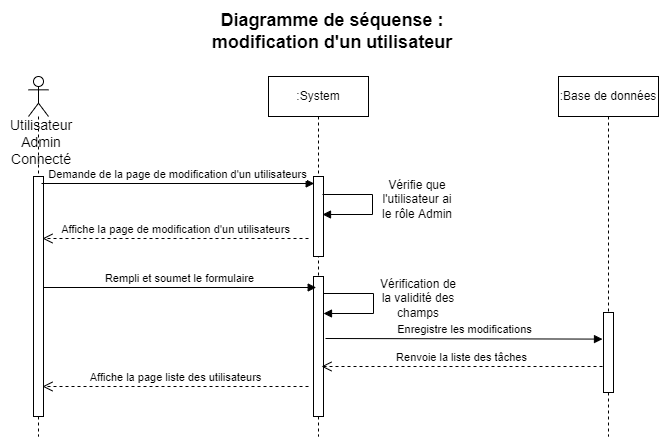
This is diagrammes/ToDo_List_D_S_Modification_Utilisateur.drawio.png from gnut06300/P7_ToDo_Co, a draw.io export, as it was before one commit. Source tidied: cells renumbered, new cells last; positions are measured from the earlier drawing's top-left corner, leaving out a move shared by most shapes. Source of this version:
```xml
<mxGraphModel>
  <root>
    <mxCell id="0" />
    <mxCell id="1" parent="0" />
    <mxCell id="2" value="&lt;b&gt;&lt;font style=&quot;font-size: 18px&quot;&gt;Diagramme de séquense : modification d'un utilisateur&lt;/font&gt;&lt;/b&gt;" style="text;html=1;strokeColor=none;fillColor=none;align=center;verticalAlign=middle;whiteSpace=wrap;rounded=0;" parent="1" vertex="1">
      <mxGeometry x="195" width="252" height="30" as="geometry" />
    </mxCell>
    <mxCell id="3" style="shape=umlLifeline;participant=umlActor;perimeter=lifelinePerimeter;whiteSpace=wrap;html=1;verticalAlign=top;spacingTop=36;" parent="1" vertex="1">
      <mxGeometry x="17" y="60" width="20" height="360" as="geometry" />
    </mxCell>
    <mxCell id="4" style="html=1;perimeter=orthogonalPerimeter;" parent="3" vertex="1">
      <mxGeometry x="5" y="100" width="10" height="240" as="geometry" />
    </mxCell>
    <mxCell id="5" value=":System" style="shape=umlLifeline;perimeter=lifelinePerimeter;whiteSpace=wrap;html=1;" parent="1" vertex="1">
      <mxGeometry x="257" y="60" width="100" height="360" as="geometry" />
    </mxCell>
    <mxCell id="6" style="html=1;perimeter=orthogonalPerimeter;" parent="5" vertex="1">
      <mxGeometry x="45" y="100" width="10" height="80" as="geometry" />
    </mxCell>
    <mxCell id="7" style="html=1;perimeter=orthogonalPerimeter;" parent="5" vertex="1">
      <mxGeometry x="45" y="200" width="10" height="140" as="geometry" />
    </mxCell>
    <mxCell id="8" value=":Base de données" style="shape=umlLifeline;perimeter=lifelinePerimeter;whiteSpace=wrap;html=1;" parent="1" vertex="1">
      <mxGeometry x="547" y="60" width="100" height="360" as="geometry" />
    </mxCell>
    <mxCell id="9" style="html=1;perimeter=orthogonalPerimeter;" parent="8" vertex="1">
      <mxGeometry x="45" y="236" width="10" height="80" as="geometry" />
    </mxCell>
    <mxCell id="10" value="Utilisateur&lt;br&gt;Admin&lt;br&gt;Connecté" style="text;html=1;strokeColor=none;fillColor=none;align=center;verticalAlign=middle;whiteSpace=wrap;rounded=0;fontSize=14;" parent="1" vertex="1">
      <mxGeometry y="111" width="60" height="30" as="geometry" />
    </mxCell>
    <mxCell id="11" value="Demande de la page de modification d'un utilisateurs" style="html=1;verticalAlign=bottom;endArrow=block;rounded=0;exitX=1.18;exitY=0.133;exitDx=0;exitDy=0;exitPerimeter=0;" parent="1" edge="1">
      <mxGeometry relative="1" as="geometry">
        <mxPoint x="30" y="167" as="sourcePoint" />
        <mxPoint x="302.7" y="167" as="targetPoint" />
      </mxGeometry>
    </mxCell>
    <mxCell id="12" style="html=1;verticalAlign=bottom;endArrow=block;rounded=0;" parent="1" edge="1">
      <mxGeometry x="-0.17" y="45" relative="1" as="geometry">
        <mxPoint x="311" y="178" as="sourcePoint" />
        <mxPoint x="311" y="198" as="targetPoint" />
        <Array as="points">
          <mxPoint x="361" y="178" />
          <mxPoint x="361" y="198" />
        </Array>
        <mxPoint x="-5" y="-20" as="offset" />
      </mxGeometry>
    </mxCell>
    <mxCell id="13" value="Vérifie que l'utilisateur ai le rôle Admin" style="text;html=1;strokeColor=none;fillColor=none;align=center;verticalAlign=middle;whiteSpace=wrap;rounded=0;" parent="1" vertex="1">
      <mxGeometry x="366" y="168" width="80" height="30" as="geometry" />
    </mxCell>
    <mxCell id="14" value="Affiche la page de modification d'un utilisateurs" style="html=1;verticalAlign=bottom;endArrow=open;dashed=1;endSize=8;rounded=0;" parent="1" edge="1">
      <mxGeometry relative="1" as="geometry">
        <mxPoint x="297" y="222" as="sourcePoint" />
        <mxPoint x="31" y="222" as="targetPoint" />
      </mxGeometry>
    </mxCell>
    <mxCell id="15" value="Rempli et soumet le formulaire" style="html=1;verticalAlign=bottom;endArrow=block;rounded=0;exitX=1.18;exitY=0.133;exitDx=0;exitDy=0;exitPerimeter=0;" parent="1" edge="1">
      <mxGeometry relative="1" as="geometry">
        <mxPoint x="32" y="271" as="sourcePoint" />
        <mxPoint x="304.7" y="271" as="targetPoint" />
      </mxGeometry>
    </mxCell>
    <mxCell id="16" style="html=1;verticalAlign=bottom;endArrow=block;rounded=0;" parent="1" edge="1">
      <mxGeometry x="-0.17" y="45" relative="1" as="geometry">
        <mxPoint x="312" y="277" as="sourcePoint" />
        <mxPoint x="312" y="297" as="targetPoint" />
        <Array as="points">
          <mxPoint x="362" y="277" />
          <mxPoint x="362" y="297" />
        </Array>
        <mxPoint x="-5" y="-20" as="offset" />
      </mxGeometry>
    </mxCell>
    <mxCell id="17" value="Vérification de la validité des champs" style="text;html=1;strokeColor=none;fillColor=none;align=center;verticalAlign=middle;whiteSpace=wrap;rounded=0;" parent="1" vertex="1">
      <mxGeometry x="367" y="267" width="80" height="30" as="geometry" />
    </mxCell>
    <mxCell id="18" value="Enregistre les modifications" style="html=1;verticalAlign=bottom;endArrow=block;rounded=0;exitX=0.62;exitY=0.373;exitDx=0;exitDy=0;exitPerimeter=0;entryX=-0.3;entryY=0.645;entryDx=0;entryDy=0;entryPerimeter=0;" parent="1" edge="1">
      <mxGeometry relative="1" as="geometry">
        <mxPoint x="314" y="322" as="sourcePoint" />
        <mxPoint x="591" y="322.6" as="targetPoint" />
      </mxGeometry>
    </mxCell>
    <mxCell id="19" value="Renvoie la liste des tâches" style="html=1;verticalAlign=bottom;endArrow=open;dashed=1;endSize=8;rounded=0;" parent="1" edge="1">
      <mxGeometry relative="1" as="geometry">
        <mxPoint x="591" y="350" as="sourcePoint" />
        <mxPoint x="310" y="350" as="targetPoint" />
      </mxGeometry>
    </mxCell>
    <mxCell id="20" value="Affiche la page liste des utilisateurs" style="html=1;verticalAlign=bottom;endArrow=open;dashed=1;endSize=8;rounded=0;" parent="1" edge="1">
      <mxGeometry relative="1" as="geometry">
        <mxPoint x="297" y="370" as="sourcePoint" />
        <mxPoint x="31" y="370" as="targetPoint" />
      </mxGeometry>
    </mxCell>
  </root>
</mxGraphModel>
```
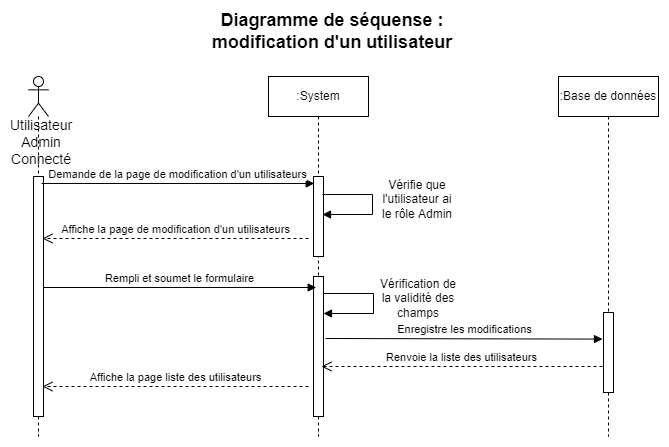
The same diagram one commit later.

What changed in the source:
```diff
@@ -81,7 +81,7 @@
         <mxPoint x="591" y="322.6" as="targetPoint" />
       </mxGeometry>
     </mxCell>
-    <mxCell id="19" value="Renvoie la liste des tâches" style="html=1;verticalAlign=bottom;endArrow=open;dashed=1;endSize=8;rounded=0;" parent="1" edge="1">
+    <mxCell id="19" value="Renvoie la liste des utilisateurs" style="html=1;verticalAlign=bottom;endArrow=open;dashed=1;endSize=8;rounded=0;" parent="1" edge="1">
       <mxGeometry relative="1" as="geometry">
         <mxPoint x="591" y="350" as="sourcePoint" />
         <mxPoint x="310" y="350" as="targetPoint" />
```
